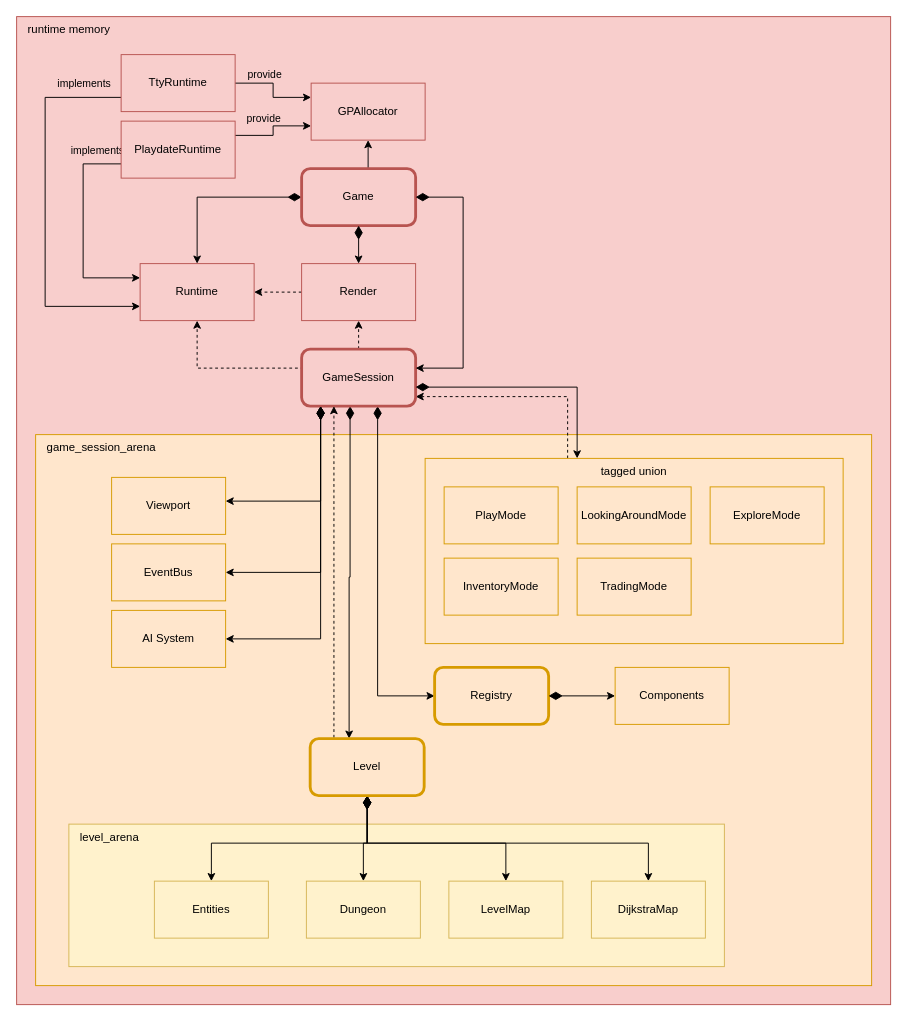
Before: page "Main components" (3 of 11) of docs/schemas.drawio in vladimir-popov/forgotten_catacombs, a draw.io diagram. Source tidied: cells renumbered, new cells numbered last; positions are measured from the earlier drawing's top-left corner, leaving out a move shared by most shapes. Both pictures are drawn from the tidied source at 95%, with x=0, y=0 at pixel (16, 16).
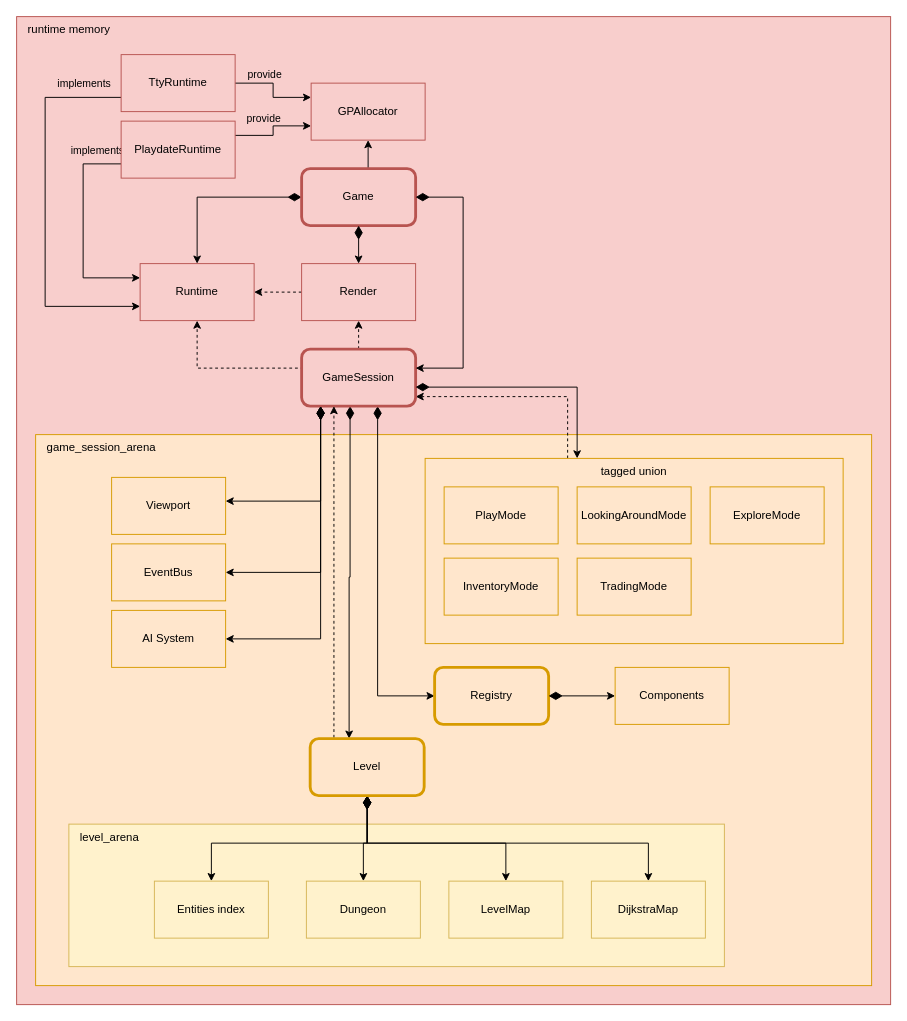
The same diagram, later.

What changed in the source:
```diff
@@
-    <mxCell id="32" value="Entities" style="rounded=0;whiteSpace=wrap;html=1;fillColor=#fff2cc;strokeColor=#d6b656;" parent="1" vertex="1">
+    <mxCell id="32" value="Entities index" style="rounded=0;whiteSpace=wrap;html=1;fillColor=#fff2cc;strokeColor=#d6b656;" parent="1" vertex="1">
       <mxGeometry x="145" y="910" width="120" height="60" as="geometry" />
     </mxCell>
```
